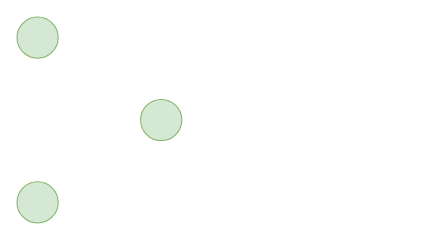
Before: prims.drawio in mahendra49/draw-io, a draw.io diagram. Source tidied: cells renumbered, new cells numbered last; positions are measured from the earlier drawing's top-left corner, leaving out a move shared by most shapes. Both pictures are drawn from the tidied source at 103%, with x=0, y=0 at pixel (16, 16).
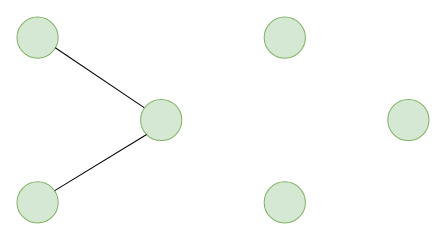
The same diagram, later.

What changed in the source:
```diff
@@
 <mxGraphModel>
   <root>
     <mxCell id="0" />
     <mxCell id="1" parent="0" />
     <mxCell id="2" style="ellipse;whiteSpace=wrap;html=1;fillColor=#d5e8d4;strokeColor=#82b366;" parent="1" vertex="1">
       <mxGeometry width="40" height="40" as="geometry" />
     </mxCell>
     <mxCell id="3" style="ellipse;whiteSpace=wrap;html=1;fillColor=#d5e8d4;strokeColor=#82b366;" parent="1" vertex="1">
       <mxGeometry y="160" width="40" height="40" as="geometry" />
     </mxCell>
     <mxCell id="4" style="ellipse;whiteSpace=wrap;html=1;fillColor=#d5e8d4;strokeColor=#82b366;" parent="1" vertex="1">
       <mxGeometry x="120" y="80" width="40" height="40" as="geometry" />
     </mxCell>
+    <mxCell id="5" style="ellipse;whiteSpace=wrap;html=1;fillColor=#d5e8d4;strokeColor=#82b366;" parent="1" vertex="1">
+      <mxGeometry x="240" width="40" height="40" as="geometry" />
+    </mxCell>
+    <mxCell id="6" style="ellipse;whiteSpace=wrap;html=1;fillColor=#d5e8d4;strokeColor=#82b366;" parent="1" vertex="1">
+      <mxGeometry x="360" y="80" width="40" height="40" as="geometry" />
+    </mxCell>
+    <mxCell id="7" style="ellipse;whiteSpace=wrap;html=1;fillColor=#d5e8d4;strokeColor=#82b366;" parent="1" vertex="1">
+      <mxGeometry x="240" y="160" width="40" height="40" as="geometry" />
+    </mxCell>
+    <mxCell id="8" style="endArrow=none;html=1;rounded=0;entryX=0.929;entryY=0.746;entryDx=0;entryDy=0;exitX=0.086;exitY=0.2;exitDx=0;exitDy=0;entryPerimeter=0;exitPerimeter=0;" parent="1" edge="1" source="4" target="2">
+      <mxGeometry relative="1" as="geometry" />
+    </mxCell>
+    <mxCell id="9" style="endArrow=none;html=1;rounded=0;entryX=0.916;entryY=0.214;entryDx=0;entryDy=0;exitX=0;exitY=1;exitDx=0;exitDy=0;entryPerimeter=0;" parent="1" edge="1" source="4" target="3">
+      <mxGeometry relative="1" as="geometry" />
+    </mxCell>
   </root>
 </mxGraphModel>
```
